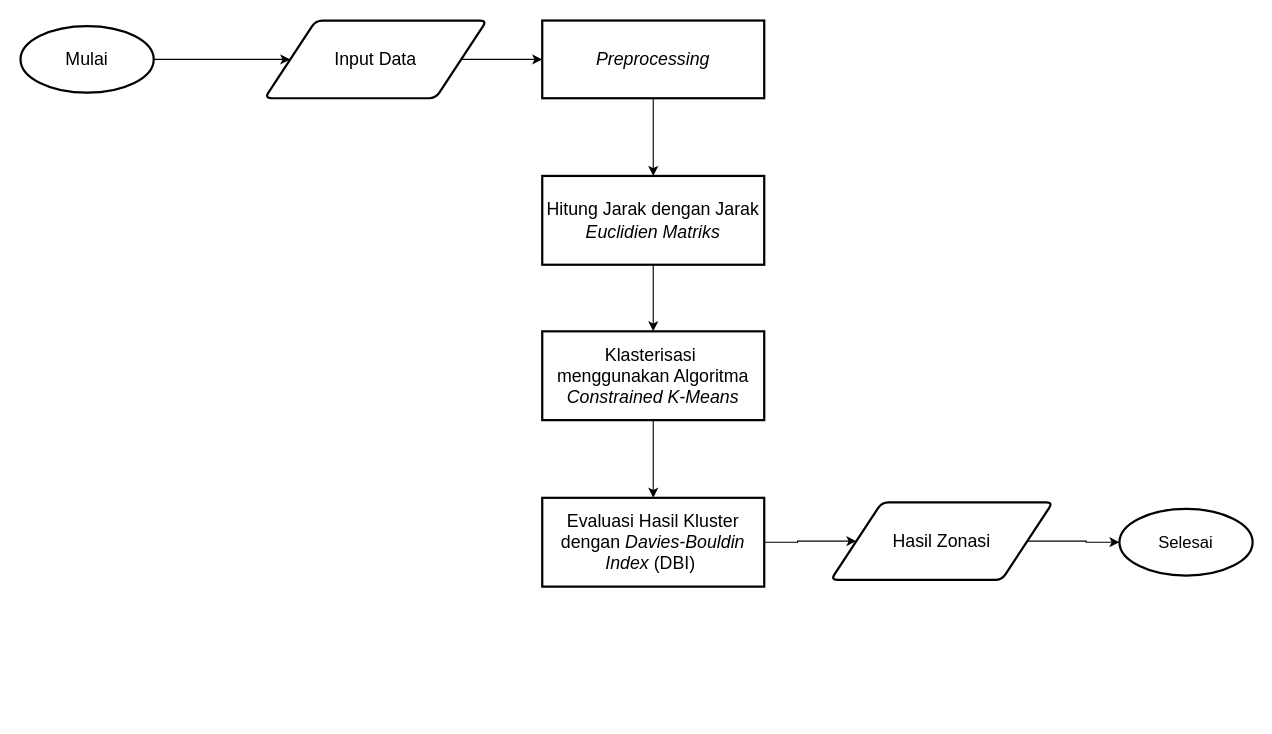
NayaRPL/bebas keeps this draw.io diagram as page "Halaman-5" (4 of 7) of Diagram Tanpa Judul.drawio. Above is the earlier version. Source tidied: cells renumbered, new cells numbered last; positions are measured from the earlier drawing's top-left corner, leaving out a move shared by most shapes. Both pictures are drawn from the tidied source at 111%, with x=0, y=0 at pixel (20, 20).
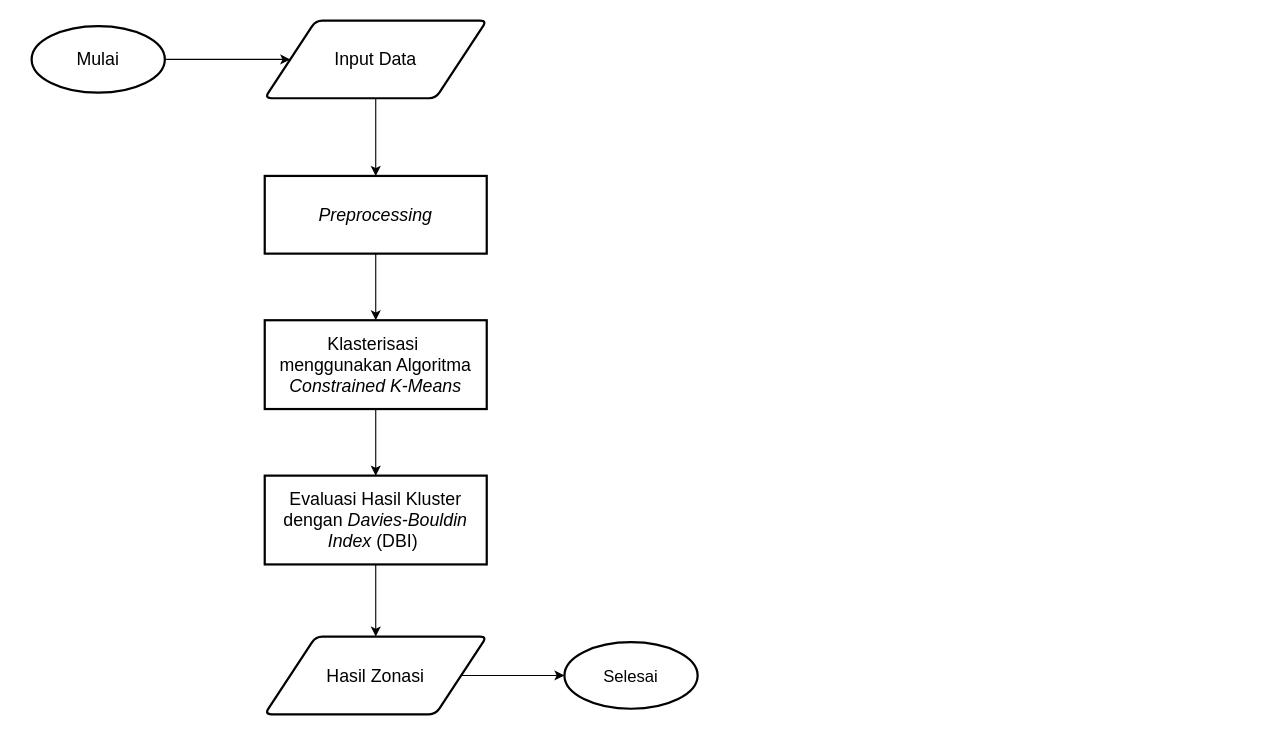
The same page after the edit.

Diff of the diagram source:
```diff
@@
 <mxGraphModel>
   <root>
     <mxCell id="0" />
     <mxCell id="1" parent="0" />
     <mxCell id="2" style="edgeStyle=orthogonalEdgeStyle;rounded=0;jettySize=auto;html=1;exitX=1;exitY=0.5;exitDx=0;exitDy=0;exitPerimeter=0;entryX=0;entryY=0.5;entryDx=0;entryDy=0;" parent="1" edge="1" source="3" target="12">
       <mxGeometry relative="1" as="geometry" />
     </mxCell>
     <mxCell id="3" value="&lt;font style=&quot;font-size: 16px;&quot;&gt;Mulai&lt;/font&gt;" style="strokeWidth=2;html=1;shape=mxgraph.flowchart.start_1;whiteSpace=wrap;" parent="1" vertex="1">
-      <mxGeometry y="5" width="120" height="60" as="geometry" />
+      <mxGeometry x="10" y="5" width="120" height="60" as="geometry" />
     </mxCell>
-    <mxCell id="4" style="edgeStyle=orthogonalEdgeStyle;rounded=0;jettySize=auto;html=1;exitX=0.5;exitY=1;exitDx=0;exitDy=0;entryX=0.5;entryY=0;entryDx=0;entryDy=0;" parent="1" edge="1" source="5" target="7">
-      <mxGeometry relative="1" as="geometry" />
-    </mxCell>
+    <mxCell id="17" style="edgeStyle=orthogonalEdgeStyle;rounded=0;jettySize=auto;html=1;exitX=0.5;exitY=1;exitDx=0;exitDy=0;entryX=0.5;entryY=0;entryDx=0;entryDy=0;" parent="1" edge="1" source="5" target="9">
+      <mxGeometry relative="1" as="geometry" />
+    </mxCell>
     <mxCell id="5" value="&lt;font style=&quot;font-size: 16px;&quot;&gt;&lt;i style=&quot;&quot;&gt;Preprocessing&lt;/i&gt;&lt;/font&gt;" style="rounded=0;whiteSpace=wrap;html=1;absoluteArcSize=1;arcSize=14;strokeWidth=2;" parent="1" vertex="1">
-      <mxGeometry x="470" width="200" height="70" as="geometry" />
+      <mxGeometry x="220" y="140" width="200" height="70" as="geometry" />
     </mxCell>
-    <mxCell id="6" style="edgeStyle=orthogonalEdgeStyle;rounded=0;jettySize=auto;html=1;exitX=0.5;exitY=1;exitDx=0;exitDy=0;entryX=0.5;entryY=0;entryDx=0;entryDy=0;" parent="1" edge="1" source="7" target="9">
-      <mxGeometry relative="1" as="geometry" />
-    </mxCell>
-    <mxCell id="7" value="&lt;font style=&quot;font-size: 16px;&quot;&gt;Hitung Jarak dengan Jarak &lt;i style=&quot;&quot;&gt;Euclidien Matriks&lt;/i&gt;&lt;/font&gt;" style="rounded=0;whiteSpace=wrap;html=1;absoluteArcSize=1;arcSize=14;strokeWidth=2;" parent="1" vertex="1">
-      <mxGeometry x="470" y="140" width="200" height="80" as="geometry" />
-    </mxCell>
     <mxCell id="8" style="edgeStyle=orthogonalEdgeStyle;rounded=0;jettySize=auto;html=1;exitX=0.5;exitY=1;exitDx=0;exitDy=0;entryX=0.5;entryY=0;entryDx=0;entryDy=0;" parent="1" edge="1" source="9" target="14">
       <mxGeometry relative="1" as="geometry" />
     </mxCell>
     <mxCell id="9" value="&lt;font style=&quot;font-size: 16px;&quot;&gt;Klasterisasi&amp;nbsp;&lt;/font&gt;&lt;div&gt;&lt;font style=&quot;font-size: 16px;&quot;&gt;menggunakan Algoritma &lt;i style=&quot;&quot;&gt;Constrained&amp;nbsp;K-Means&lt;/i&gt;&lt;/font&gt;&lt;/div&gt;" style="rounded=0;whiteSpace=wrap;html=1;absoluteArcSize=1;arcSize=14;strokeWidth=2;" parent="1" vertex="1">
-      <mxGeometry x="470" y="280" width="200" height="80" as="geometry" />
+      <mxGeometry x="220" y="270" width="200" height="80" as="geometry" />
     </mxCell>
     <mxCell id="10" value="&lt;font style=&quot;font-size: 15px;&quot;&gt;Selesai&lt;/font&gt;" style="strokeWidth=2;html=1;shape=mxgraph.flowchart.start_1;whiteSpace=wrap;" parent="1" vertex="1">
-      <mxGeometry x="990" y="440" width="120" height="60" as="geometry" />
+      <mxGeometry x="490" y="560" width="120" height="60" as="geometry" />
     </mxCell>
-    <mxCell id="11" style="edgeStyle=orthogonalEdgeStyle;rounded=0;jettySize=auto;html=1;exitX=1;exitY=0.5;exitDx=0;exitDy=0;entryX=0;entryY=0.5;entryDx=0;entryDy=0;" parent="1" edge="1" source="12" target="5">
+    <mxCell id="11" style="edgeStyle=orthogonalEdgeStyle;rounded=0;jettySize=auto;html=1;exitX=0.5;exitY=1;exitDx=0;exitDy=0;entryX=0.5;entryY=0;entryDx=0;entryDy=0;" parent="1" edge="1" source="12" target="5">
       <mxGeometry relative="1" as="geometry" />
     </mxCell>
     <mxCell id="12" value="&lt;font style=&quot;font-size: 16px;&quot;&gt;Input Data&lt;/font&gt;" style="shape=parallelogram;html=1;strokeWidth=2;perimeter=parallelogramPerimeter;whiteSpace=wrap;rounded=1;arcSize=12;size=0.23;" parent="1" vertex="1">
       <mxGeometry x="220" width="200" height="70" as="geometry" />
     </mxCell>
-    <mxCell id="13" style="edgeStyle=orthogonalEdgeStyle;rounded=0;jettySize=auto;html=1;exitX=1;exitY=0.5;exitDx=0;exitDy=0;entryX=0;entryY=0.5;entryDx=0;entryDy=0;" parent="1" edge="1" source="14" target="15">
+    <mxCell id="13" style="edgeStyle=orthogonalEdgeStyle;rounded=0;jettySize=auto;html=1;exitX=0.5;exitY=1;exitDx=0;exitDy=0;entryX=0.5;entryY=0;entryDx=0;entryDy=0;" parent="1" edge="1" source="14" target="15">
       <mxGeometry relative="1" as="geometry" />
     </mxCell>
     <mxCell id="14" value="&lt;font style=&quot;font-size: 16px;&quot;&gt;Evaluasi Hasil Kluster dengan&amp;nbsp;&lt;font style=&quot;&quot;&gt;&lt;i&gt;Davies-Bouldin Index&lt;/i&gt; (DBI)&amp;nbsp;&lt;/font&gt;&lt;/font&gt;" style="rounded=0;whiteSpace=wrap;html=1;absoluteArcSize=1;arcSize=14;strokeWidth=2;" parent="1" vertex="1">
-      <mxGeometry x="470" y="430" width="200" height="80" as="geometry" />
+      <mxGeometry x="220" y="410" width="200" height="80" as="geometry" />
     </mxCell>
     <mxCell id="15" value="&lt;font style=&quot;font-size: 16px;&quot;&gt;Hasil Zonasi&lt;/font&gt;" style="shape=parallelogram;html=1;strokeWidth=2;perimeter=parallelogramPerimeter;whiteSpace=wrap;rounded=1;arcSize=12;size=0.23;" parent="1" vertex="1">
-      <mxGeometry x="730" y="434" width="200" height="70" as="geometry" />
+      <mxGeometry x="220" y="555" width="200" height="70" as="geometry" />
     </mxCell>
     <mxCell id="16" style="edgeStyle=orthogonalEdgeStyle;rounded=0;jettySize=auto;html=1;exitX=1;exitY=0.5;exitDx=0;exitDy=0;entryX=0;entryY=0.5;entryDx=0;entryDy=0;entryPerimeter=0;" parent="1" edge="1" source="15" target="10">
       <mxGeometry relative="1" as="geometry" />
     </mxCell>
   </root>
 </mxGraphModel>
```
